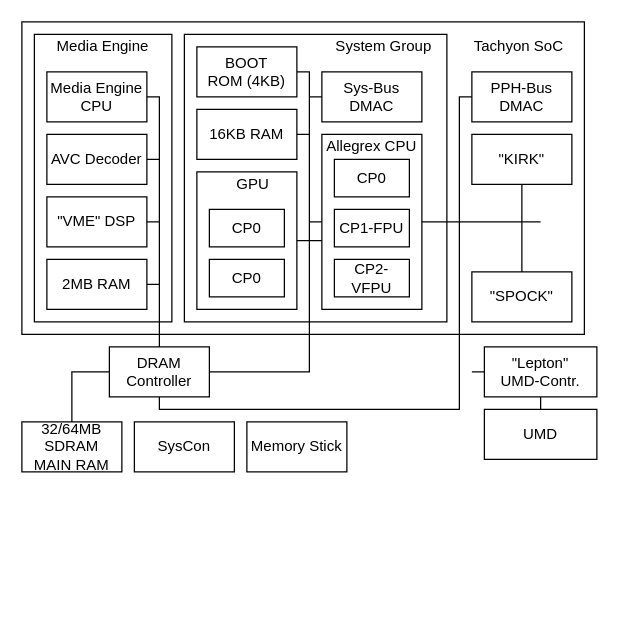
Earlier version of the draw.io diagram fig/drawio/architecture.drawio (Tom-there/PSP-Arch). Source tidied: cells renumbered, new cells numbered last; positions are measured from the earlier drawing's top-left corner, leaving out a move shared by most shapes. Both pictures are drawn from the tidied source at 125%, with x=0, y=0 at pixel (21, 21).
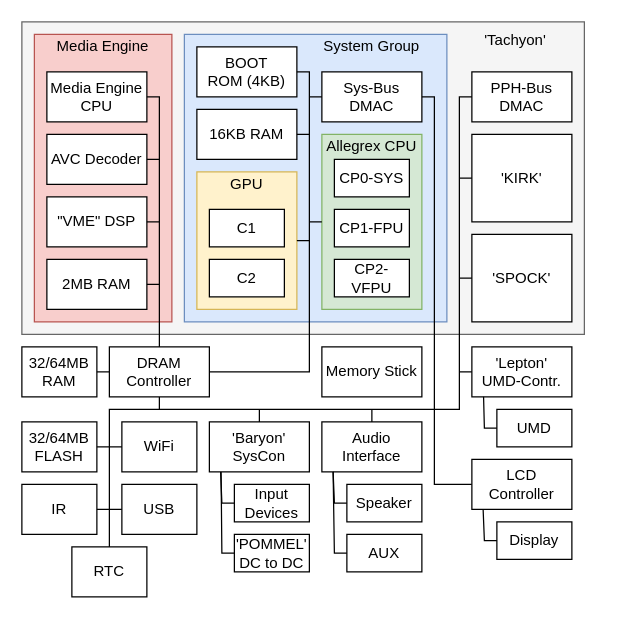
Above is the later version.

Unchanged cells that the change refers to:
```xml
<mxCell id="14" value="DRAM Controller" style="rounded=0;whiteSpace=wrap;html=1;" parent="1" vertex="1">
  <mxGeometry x="70" y="260" width="80" height="40" as="geometry" />
</mxCell>
<mxCell id="27" value="&lt;div&gt;Sys-Bus&lt;/div&gt;DMAC" style="rounded=0;whiteSpace=wrap;html=1;" parent="1" vertex="1">
  <mxGeometry x="240" y="40" width="80" height="40" as="geometry" />
</mxCell>
```

Diff of the diagram source:
```diff
@@
-    <mxCell id="2" style="rounded=0;whiteSpace=wrap;html=1;" parent="1" vertex="1">
+    <mxCell id="2" style="rounded=0;whiteSpace=wrap;html=1;fillColor=#f5f5f5;fontColor=#333333;strokeColor=#666666;" parent="1" vertex="1">
       <mxGeometry width="450" height="250" as="geometry" />
     </mxCell>
-    <mxCell id="3" value="Tachyon SoC" style="text;html=1;align=left;verticalAlign=middle;whiteSpace=wrap;rounded=0;" parent="1" vertex="1">
-      <mxGeometry x="360" y="10" width="80" height="20" as="geometry" />
+    <mxCell id="3" value="'Tachyon'" style="text;html=1;align=center;verticalAlign=middle;whiteSpace=wrap;rounded=0;" parent="1" vertex="1">
+      <mxGeometry x="340" width="110" height="30" as="geometry" />
     </mxCell>
-    <mxCell id="4" style="rounded=0;whiteSpace=wrap;html=1;" parent="1" vertex="1">
+    <mxCell id="4" style="rounded=0;whiteSpace=wrap;html=1;fillColor=#f8cecc;strokeColor=#b85450;" parent="1" vertex="1">
       <mxGeometry x="10" y="10" width="110" height="230" as="geometry" />
     </mxCell>
@@
-    <mxCell id="15" value="32/64MB&lt;div&gt;SDRAM&lt;/div&gt;&lt;div&gt;MAIN RAM&lt;/div&gt;" style="rounded=0;whiteSpace=wrap;html=1;" parent="1" vertex="1">
-      <mxGeometry y="320" width="80" height="40" as="geometry" />
+    <mxCell id="15" value="32/64MB&lt;div&gt;RAM&lt;/div&gt;" style="rounded=0;whiteSpace=wrap;html=1;" parent="1" vertex="1">
+      <mxGeometry y="260" width="60" height="40" as="geometry" />
     </mxCell>
-    <mxCell id="16" style="endArrow=none;html=1;rounded=0;entryX=0;entryY=0.5;entryDx=0;entryDy=0;exitX=0.5;exitY=0;exitDx=0;exitDy=0;" parent="1" edge="1" source="15" target="14">
-      <mxGeometry relative="1" as="geometry">
-        <Array as="points">
-          <mxPoint x="40" y="280" />
-        </Array>
-      </mxGeometry>
-    </mxCell>
-    <mxCell id="17" style="rounded=0;whiteSpace=wrap;html=1;" parent="1" vertex="1">
+    <mxCell id="17" style="rounded=0;whiteSpace=wrap;html=1;fillColor=#dae8fc;strokeColor=#6c8ebf;" parent="1" vertex="1">
       <mxGeometry x="130" y="10" width="210" height="230" as="geometry" />
     </mxCell>
-    <mxCell id="18" value="System Group" style="text;html=1;align=right;verticalAlign=middle;whiteSpace=wrap;rounded=0;" parent="1" vertex="1">
-      <mxGeometry x="250" y="10" width="80" height="20" as="geometry" />
+    <mxCell id="18" value="System Group" style="text;html=1;align=center;verticalAlign=middle;whiteSpace=wrap;rounded=0;" parent="1" vertex="1">
+      <mxGeometry x="240" y="10" width="80" height="20" as="geometry" />
     </mxCell>
-    <mxCell id="19" style="rounded=0;whiteSpace=wrap;html=1;" parent="1" vertex="1">
+    <mxCell id="19" style="rounded=0;whiteSpace=wrap;html=1;fillColor=#fff2cc;strokeColor=#d6b656;" parent="1" vertex="1">
       <mxGeometry x="140" y="120" width="80" height="110" as="geometry" />
     </mxCell>
@@
-    <mxCell id="23" style="rounded=0;whiteSpace=wrap;html=1;" parent="1" vertex="1">
+    <mxCell id="23" style="rounded=0;whiteSpace=wrap;html=1;fillColor=#d5e8d4;strokeColor=#82b366;" parent="1" vertex="1">
       <mxGeometry x="240" y="90" width="80" height="140" as="geometry" />
     </mxCell>
-    <mxCell id="24" value="&quot;KIRK&quot;" style="rounded=0;whiteSpace=wrap;html=1;" parent="1" vertex="1">
-      <mxGeometry x="360" y="90" width="80" height="40" as="geometry" />
+    <mxCell id="24" value="'KIRK'" style="rounded=0;whiteSpace=wrap;html=1;" parent="1" vertex="1">
+      <mxGeometry x="360" y="90" width="80" height="70" as="geometry" />
     </mxCell>
-    <mxCell id="25" value="&quot;SPOCK&quot;" style="rounded=0;whiteSpace=wrap;html=1;" parent="1" vertex="1">
-      <mxGeometry x="360" y="200" width="80" height="40" as="geometry" />
+    <mxCell id="25" value="'SPOCK'" style="rounded=0;whiteSpace=wrap;html=1;" parent="1" vertex="1">
+      <mxGeometry x="360" y="170" width="80" height="70" as="geometry" />
     </mxCell>
@@
-    <mxCell id="29" style="endArrow=none;html=1;rounded=0;exitX=0.5;exitY=0;exitDx=0;exitDy=0;entryX=0.5;entryY=1;entryDx=0;entryDy=0;" parent="1" edge="1" source="25" target="24">
-      <mxGeometry relative="1" as="geometry" />
-    </mxCell>
-    <mxCell id="30" style="endArrow=none;html=1;rounded=0;exitX=1;exitY=0.5;exitDx=0;exitDy=0;" parent="1" edge="1" source="23">
-      <mxGeometry relative="1" as="geometry">
-        <mxPoint x="415" y="160" as="targetPoint" />
-      </mxGeometry>
-    </mxCell>
@@
     <mxCell id="32" value="GPU" style="text;html=1;align=center;verticalAlign=middle;whiteSpace=wrap;rounded=0;" parent="1" vertex="1">
-      <mxGeometry x="140" y="120" width="90" height="20" as="geometry" />
+      <mxGeometry x="140" y="120" width="80" height="20" as="geometry" />
     </mxCell>
@@
-    <mxCell id="34" value="CP0" style="rounded=0;whiteSpace=wrap;html=1;" parent="1" vertex="1">
+    <mxCell id="34" value="CP0-SYS" style="rounded=0;whiteSpace=wrap;html=1;" parent="1" vertex="1">
       <mxGeometry x="250" y="110" width="60" height="30" as="geometry" />
     </mxCell>
@@
-    <mxCell id="36" value="CP0" style="rounded=0;whiteSpace=wrap;html=1;" parent="1" vertex="1">
+    <mxCell id="36" value="C1" style="rounded=0;whiteSpace=wrap;html=1;" parent="1" vertex="1">
       <mxGeometry x="150" y="150" width="60" height="30" as="geometry" />
     </mxCell>
-    <mxCell id="37" value="CP0" style="rounded=0;whiteSpace=wrap;html=1;" parent="1" vertex="1">
+    <mxCell id="37" value="C2" style="rounded=0;whiteSpace=wrap;html=1;" parent="1" vertex="1">
       <mxGeometry x="150" y="190" width="60" height="30" as="geometry" />
     </mxCell>
     <mxCell id="38" style="endArrow=none;html=1;rounded=0;exitX=1;exitY=0.5;exitDx=0;exitDy=0;" parent="1" edge="1" source="19">
       <mxGeometry relative="1" as="geometry">
-        <mxPoint x="240" y="175" as="targetPoint" />
+        <mxPoint x="230" y="175" as="targetPoint" />
       </mxGeometry>
     </mxCell>
@@
-    <mxCell id="42" value="SysCon" style="rounded=0;whiteSpace=wrap;html=1;" parent="1" vertex="1">
-      <mxGeometry x="90" y="320" width="80" height="40" as="geometry" />
+    <mxCell id="42" value="Speaker" style="rounded=0;whiteSpace=wrap;html=1;" parent="1" vertex="1">
+      <mxGeometry x="260" y="370" width="60" height="30" as="geometry" />
     </mxCell>
     <mxCell id="43" value="Memory Stick" style="rounded=0;whiteSpace=wrap;html=1;" parent="1" vertex="1">
-      <mxGeometry x="180" y="320" width="80" height="40" as="geometry" />
+      <mxGeometry x="240" y="260" width="80" height="40" as="geometry" />
     </mxCell>
     <mxCell id="44" value="UMD" style="rounded=0;whiteSpace=wrap;html=1;" parent="1" vertex="1">
-      <mxGeometry x="370" y="310" width="90" height="40" as="geometry" />
+      <mxGeometry x="380" y="310" width="60" height="30" as="geometry" />
     </mxCell>
-    <mxCell id="45" value="&quot;Lepton&quot;&lt;div&gt;UMD-Contr.&lt;/div&gt;" style="rounded=0;whiteSpace=wrap;html=1;" parent="1" vertex="1">
-      <mxGeometry x="370" y="260" width="90" height="40" as="geometry" />
+    <mxCell id="45" value="'Lepton'&lt;div&gt;UMD-Contr.&lt;/div&gt;" style="rounded=0;whiteSpace=wrap;html=1;" parent="1" vertex="1">
+      <mxGeometry x="360" y="260" width="80" height="40" as="geometry" />
     </mxCell>
     <mxCell id="46" style="endArrow=none;html=1;rounded=0;entryX=0;entryY=0.5;entryDx=0;entryDy=0;" parent="1" edge="1" target="45">
       <mxGeometry relative="1" as="geometry">
         <mxPoint x="360" y="280" as="sourcePoint" />
         <Array as="points">
-          <mxPoint x="360" y="280" />
+          <mxPoint x="350" y="280" />
         </Array>
       </mxGeometry>
     </mxCell>
-    <mxCell id="47" style="endArrow=none;html=1;rounded=0;entryX=0.5;entryY=1;entryDx=0;entryDy=0;exitX=0.5;exitY=0;exitDx=0;exitDy=0;" parent="1" edge="1" source="44" target="45">
-      <mxGeometry relative="1" as="geometry" />
+    <mxCell id="47" style="endArrow=none;html=1;rounded=0;entryX=0.117;entryY=0.998;entryDx=0;entryDy=0;exitX=0;exitY=0.5;exitDx=0;exitDy=0;entryPerimeter=0;" parent="1" edge="1" source="44" target="45">
+      <mxGeometry relative="1" as="geometry">
+        <Array as="points">
+          <mxPoint x="370" y="325" />
+        </Array>
+      </mxGeometry>
     </mxCell>
+    <mxCell id="48" value="Audio Interface" style="rounded=0;whiteSpace=wrap;html=1;" parent="1" vertex="1">
+      <mxGeometry x="240" y="320" width="80" height="40" as="geometry" />
+    </mxCell>
+    <mxCell id="49" style="endArrow=none;html=1;rounded=0;entryX=0.5;entryY=0;entryDx=0;entryDy=0;" parent="1" edge="1" target="48">
+      <mxGeometry relative="1" as="geometry">
+        <mxPoint x="280" y="310" as="sourcePoint" />
+      </mxGeometry>
+    </mxCell>
+    <mxCell id="50" style="endArrow=none;html=1;rounded=0;exitX=1;exitY=0.5;exitDx=0;exitDy=0;entryX=0;entryY=0.5;entryDx=0;entryDy=0;" parent="1" edge="1" source="27" target="51">
+      <mxGeometry relative="1" as="geometry">
+        <Array as="points">
+          <mxPoint x="330" y="60" />
+          <mxPoint x="330" y="370" />
+        </Array>
+      </mxGeometry>
+    </mxCell>
+    <mxCell id="51" value="LCD Controller" style="rounded=0;whiteSpace=wrap;html=1;" parent="1" vertex="1">
+      <mxGeometry x="360" y="350" width="80" height="40" as="geometry" />
+    </mxCell>
+    <mxCell id="52" value="'Baryon'&lt;div&gt;SysCon&lt;/div&gt;" style="rounded=0;whiteSpace=wrap;html=1;" parent="1" vertex="1">
+      <mxGeometry x="150" y="320" width="80" height="40" as="geometry" />
+    </mxCell>
+    <mxCell id="53" value="Input Devices" style="rounded=0;whiteSpace=wrap;html=1;" parent="1" vertex="1">
+      <mxGeometry x="170" y="370" width="60" height="30" as="geometry" />
+    </mxCell>
+    <mxCell id="54" style="endArrow=none;html=1;rounded=0;entryX=0.5;entryY=0;entryDx=0;entryDy=0;" parent="1" edge="1" target="52">
+      <mxGeometry relative="1" as="geometry">
+        <mxPoint x="190" y="310" as="sourcePoint" />
+      </mxGeometry>
+    </mxCell>
+    <mxCell id="55" value="AUX" style="rounded=0;whiteSpace=wrap;html=1;" parent="1" vertex="1">
+      <mxGeometry x="260" y="410" width="60" height="30" as="geometry" />
+    </mxCell>
+    <mxCell id="56" value="Display" style="rounded=0;whiteSpace=wrap;html=1;" parent="1" vertex="1">
+      <mxGeometry x="380" y="400" width="60" height="30" as="geometry" />
+    </mxCell>
+    <mxCell id="57" style="endArrow=none;html=1;rounded=0;entryX=0.117;entryY=0.998;entryDx=0;entryDy=0;exitX=0;exitY=0.5;exitDx=0;exitDy=0;entryPerimeter=0;" parent="1" edge="1">
+      <mxGeometry relative="1" as="geometry">
+        <mxPoint x="380" y="415" as="sourcePoint" />
+        <mxPoint x="369" y="390" as="targetPoint" />
+        <Array as="points">
+          <mxPoint x="370" y="415" />
+        </Array>
+      </mxGeometry>
+    </mxCell>
+    <mxCell id="58" value="'POMMEL'&lt;div&gt;DC to DC&lt;/div&gt;" style="rounded=0;whiteSpace=wrap;html=1;" parent="1" vertex="1">
+      <mxGeometry x="170" y="410" width="60" height="30" as="geometry" />
+    </mxCell>
+    <mxCell id="59" style="endArrow=none;html=1;rounded=0;entryX=0.117;entryY=0.998;entryDx=0;entryDy=0;exitX=0;exitY=0.5;exitDx=0;exitDy=0;entryPerimeter=0;" parent="1" edge="1">
+      <mxGeometry relative="1" as="geometry">
+        <mxPoint x="170" y="385" as="sourcePoint" />
+        <mxPoint x="159" y="360" as="targetPoint" />
+        <Array as="points">
+          <mxPoint x="160" y="385" />
+        </Array>
+      </mxGeometry>
+    </mxCell>
+    <mxCell id="60" style="endArrow=none;html=1;rounded=0;entryX=0.117;entryY=1.002;entryDx=0;entryDy=0;exitX=0;exitY=0.5;exitDx=0;exitDy=0;entryPerimeter=0;" parent="1" edge="1" target="52">
+      <mxGeometry relative="1" as="geometry">
+        <mxPoint x="170" y="425" as="sourcePoint" />
+        <Array as="points">
+          <mxPoint x="160" y="425" />
+        </Array>
+      </mxGeometry>
+    </mxCell>
+    <mxCell id="61" style="endArrow=none;html=1;rounded=0;entryX=0.117;entryY=0.998;entryDx=0;entryDy=0;exitX=0;exitY=0.5;exitDx=0;exitDy=0;entryPerimeter=0;" parent="1" edge="1">
+      <mxGeometry relative="1" as="geometry">
+        <mxPoint x="260" y="385" as="sourcePoint" />
+        <mxPoint x="249" y="360" as="targetPoint" />
+        <Array as="points">
+          <mxPoint x="250" y="385" />
+        </Array>
+      </mxGeometry>
+    </mxCell>
+    <mxCell id="62" style="endArrow=none;html=1;rounded=0;entryX=0.117;entryY=1.002;entryDx=0;entryDy=0;exitX=0;exitY=0.5;exitDx=0;exitDy=0;entryPerimeter=0;" parent="1" edge="1">
+      <mxGeometry relative="1" as="geometry">
+        <mxPoint x="260" y="425" as="sourcePoint" />
+        <mxPoint x="249" y="360" as="targetPoint" />
+        <Array as="points">
+          <mxPoint x="250" y="425" />
+        </Array>
+      </mxGeometry>
+    </mxCell>
+    <mxCell id="63" style="endArrow=none;html=1;rounded=0;entryX=1;entryY=0.5;entryDx=0;entryDy=0;exitX=0;exitY=0.5;exitDx=0;exitDy=0;" parent="1" edge="1" source="14" target="15">
+      <mxGeometry relative="1" as="geometry" />
+    </mxCell>
+    <mxCell id="64" value="WiFi" style="rounded=0;whiteSpace=wrap;html=1;" parent="1" vertex="1">
+      <mxGeometry x="80" y="320" width="60" height="40" as="geometry" />
+    </mxCell>
+    <mxCell id="65" value="IR" style="rounded=0;whiteSpace=wrap;html=1;" parent="1" vertex="1">
+      <mxGeometry y="370" width="60" height="40" as="geometry" />
+    </mxCell>
+    <mxCell id="66" style="endArrow=none;html=1;rounded=0;" parent="1" edge="1">
+      <mxGeometry relative="1" as="geometry">
+        <mxPoint x="70" y="420" as="sourcePoint" />
+        <mxPoint x="110" y="310" as="targetPoint" />
+        <Array as="points">
+          <mxPoint x="70" y="310" />
+        </Array>
+      </mxGeometry>
+    </mxCell>
+    <mxCell id="67" value="USB" style="rounded=0;whiteSpace=wrap;html=1;" parent="1" vertex="1">
+      <mxGeometry x="80" y="370" width="60" height="40" as="geometry" />
+    </mxCell>
+    <mxCell id="68" value="32/64MB&lt;div&gt;FLASH&lt;/div&gt;" style="rounded=0;whiteSpace=wrap;html=1;" parent="1" vertex="1">
+      <mxGeometry y="320" width="60" height="40" as="geometry" />
+    </mxCell>
+    <mxCell id="69" value="RTC" style="rounded=0;whiteSpace=wrap;html=1;" parent="1" vertex="1">
+      <mxGeometry x="40" y="420" width="60" height="40" as="geometry" />
+    </mxCell>
+    <mxCell id="70" style="endArrow=none;html=1;rounded=0;entryX=1;entryY=0.5;entryDx=0;entryDy=0;exitX=0;exitY=0.5;exitDx=0;exitDy=0;" parent="1" edge="1" source="64" target="68">
+      <mxGeometry relative="1" as="geometry" />
+    </mxCell>
+    <mxCell id="71" style="endArrow=none;html=1;rounded=0;exitX=1;exitY=0.5;exitDx=0;exitDy=0;entryX=0;entryY=0.5;entryDx=0;entryDy=0;" parent="1" edge="1" source="65" target="67">
+      <mxGeometry relative="1" as="geometry" />
+    </mxCell>
+    <mxCell id="72" style="endArrow=none;html=1;rounded=0;entryX=0;entryY=0.5;entryDx=0;entryDy=0;" parent="1" edge="1" target="24">
+      <mxGeometry relative="1" as="geometry">
+        <mxPoint x="350" y="125" as="sourcePoint" />
+      </mxGeometry>
+    </mxCell>
+    <mxCell id="73" style="endArrow=none;html=1;rounded=0;entryX=0;entryY=0.5;entryDx=0;entryDy=0;" parent="1" edge="1" target="25">
+      <mxGeometry relative="1" as="geometry">
+        <mxPoint x="350" y="205" as="sourcePoint" />
+      </mxGeometry>
+    </mxCell>
```
